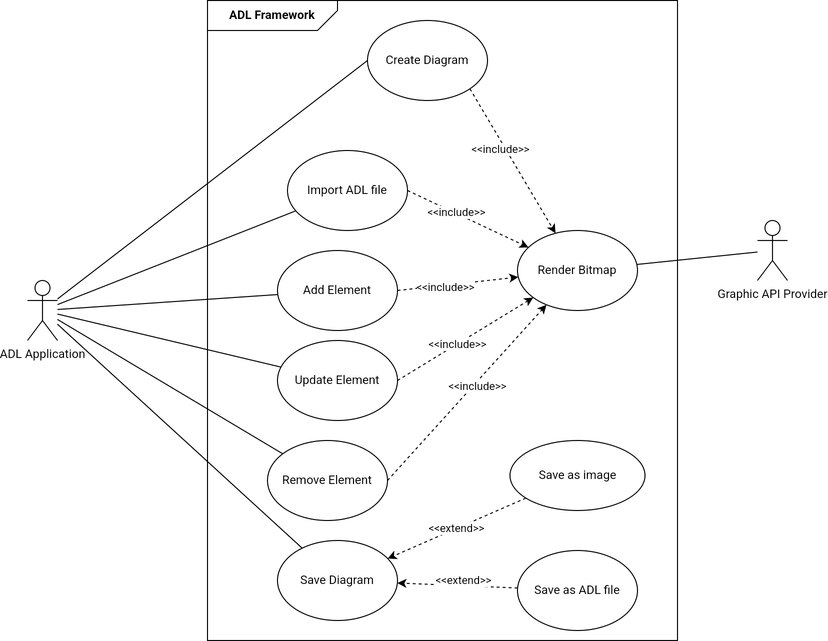
The draw.io diagram img/UseCase.drawio.png in phunm211/SW-Associate-Architecture, before a commit. Source tidied: cells renumbered, new cells last; positions are measured from the earlier drawing's top-left corner, leaving out a move shared by most shapes.
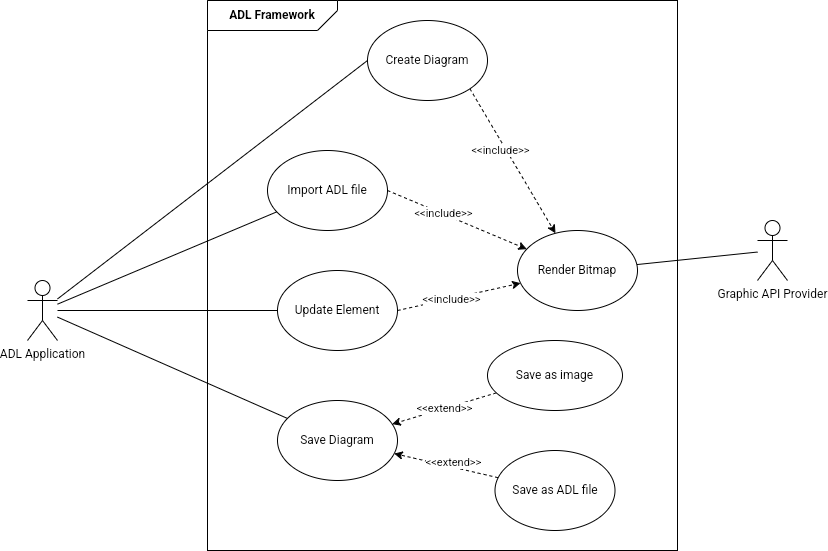
The same diagram one commit later.

What changed in the source:
```diff
@@ -3,7 +3,7 @@
     <mxCell id="0" />
     <mxCell id="1" parent="0" />
     <mxCell id="2" style="rounded=0;whiteSpace=wrap;html=1;" parent="1" vertex="1">
-      <mxGeometry x="180" y="50" width="470" height="640" as="geometry" />
+      <mxGeometry x="180" y="50" width="470" height="550" as="geometry" />
     </mxCell>
     <mxCell id="3" style="rounded=0;jettySize=auto;html=1;entryX=0;entryY=0.5;entryDx=0;entryDy=0;endArrow=none;endFill=0;" parent="1" edge="1" source="9" target="13">
       <mxGeometry relative="1" as="geometry" />
@@ -11,12 +11,6 @@
     <mxCell id="4" style="rounded=0;jettySize=auto;html=1;strokeColor=default;endArrow=none;endFill=0;" parent="1" edge="1" source="9" target="16">
       <mxGeometry relative="1" as="geometry" />
     </mxCell>
-    <mxCell id="5" style="rounded=0;jettySize=auto;html=1;endArrow=none;endFill=0;" parent="1" edge="1" source="9" target="19">
-      <mxGeometry relative="1" as="geometry" />
-    </mxCell>
-    <mxCell id="6" style="rounded=0;jettySize=auto;html=1;endArrow=none;endFill=0;" parent="1" edge="1" source="9" target="23">
-      <mxGeometry relative="1" as="geometry" />
-    </mxCell>
     <mxCell id="7" style="rounded=0;jettySize=auto;html=1;endArrow=none;endFill=0;" parent="1" edge="1" source="9" target="20">
       <mxGeometry relative="1" as="geometry" />
     </mxCell>
@@ -45,31 +39,11 @@
       <mxGeometry x="-0.21" y="1" relative="1" as="geometry" />
     </mxCell>
     <mxCell id="16" value="Import ADL file" style="ellipse;whiteSpace=wrap;html=1;" parent="1" vertex="1">
-      <mxGeometry x="260" y="200" width="120" height="80" as="geometry" />
+      <mxGeometry x="240" y="200" width="120" height="80" as="geometry" />
     </mxCell>
-    <mxCell id="17" style="rounded=0;jettySize=auto;html=1;exitX=1;exitY=0.5;exitDx=0;exitDy=0;dashed=1;" parent="1" edge="1" source="19" target="33">
-      <mxGeometry relative="1" as="geometry" />
-    </mxCell>
-    <mxCell id="18" value="&amp;lt;&amp;lt;include&amp;gt;&amp;gt;" style="edgeLabel;html=1;align=center;verticalAlign=middle;" parent="17" vertex="1">
-      <mxGeometry x="-0.2" y="-2" relative="1" as="geometry" />
-    </mxCell>
-    <mxCell id="19" value="Add Element" style="ellipse;whiteSpace=wrap;html=1;" parent="1" vertex="1">
-      <mxGeometry x="250" y="300" width="120" height="80" as="geometry" />
-    </mxCell>
     <mxCell id="20" value="Save Diagram" style="ellipse;whiteSpace=wrap;html=1;" parent="1" vertex="1">
-      <mxGeometry x="250" y="590" width="120" height="80" as="geometry" />
+      <mxGeometry x="250" y="450" width="120" height="80" as="geometry" />
     </mxCell>
-    <mxCell id="21" style="rounded=0;jettySize=auto;html=1;exitX=1;exitY=0.5;exitDx=0;exitDy=0;dashed=1;" parent="1" edge="1" source="23" target="33">
-      <mxGeometry relative="1" as="geometry" />
-    </mxCell>
-    <mxCell id="22" value="&amp;lt;&amp;lt;include&amp;gt;&amp;gt;" style="edgeLabel;html=1;align=center;verticalAlign=middle;" parent="21" vertex="1">
-      <mxGeometry x="0.09" y="-3" relative="1" as="geometry">
-        <mxPoint x="1" as="offset" />
-      </mxGeometry>
-    </mxCell>
-    <mxCell id="23" value="Remove Element" style="ellipse;whiteSpace=wrap;html=1;" parent="1" vertex="1">
-      <mxGeometry x="240" y="490" width="120" height="80" as="geometry" />
-    </mxCell>
     <mxCell id="24" style="rounded=0;jettySize=auto;html=1;exitX=1;exitY=0.5;exitDx=0;exitDy=0;dashed=1;" parent="1" edge="1" source="26" target="33">
       <mxGeometry relative="1" as="geometry" />
     </mxCell>
@@ -77,7 +51,7 @@
       <mxGeometry x="-0.12" relative="1" as="geometry" />
     </mxCell>
     <mxCell id="26" value="Update Element" style="ellipse;whiteSpace=wrap;html=1;" parent="1" vertex="1">
-      <mxGeometry x="250" y="390" width="120" height="80" as="geometry" />
+      <mxGeometry x="250" y="320" width="120" height="80" as="geometry" />
     </mxCell>
     <mxCell id="27" style="rounded=0;jettySize=auto;html=1;dashed=1;" parent="1" edge="1" source="29" target="20">
       <mxGeometry relative="1" as="geometry" />
@@ -86,13 +60,13 @@
       <mxGeometry x="-0.1" y="-5" relative="1" as="geometry" />
     </mxCell>
     <mxCell id="29" value="Save as ADL file" style="ellipse;whiteSpace=wrap;html=1;" parent="1" vertex="1">
-      <mxGeometry x="490" y="600" width="120" height="80" as="geometry" />
+      <mxGeometry x="467.5" y="500" width="120" height="80" as="geometry" />
     </mxCell>
     <mxCell id="30" value="&amp;lt;&amp;lt;extend&amp;gt;&amp;gt;" style="rounded=0;jettySize=auto;html=1;dashed=1;" parent="1" edge="1" source="31" target="20">
       <mxGeometry relative="1" as="geometry" />
     </mxCell>
     <mxCell id="31" value="Save as image" style="ellipse;whiteSpace=wrap;html=1;" parent="1" vertex="1">
-      <mxGeometry x="482.5" y="490" width="135" height="70" as="geometry" />
+      <mxGeometry x="460" y="390" width="135" height="70" as="geometry" />
     </mxCell>
     <mxCell id="32" style="rounded=0;jettySize=auto;html=1;endArrow=none;endFill=0;" parent="1" edge="1" source="33" target="34">
       <mxGeometry relative="1" as="geometry" />
```
